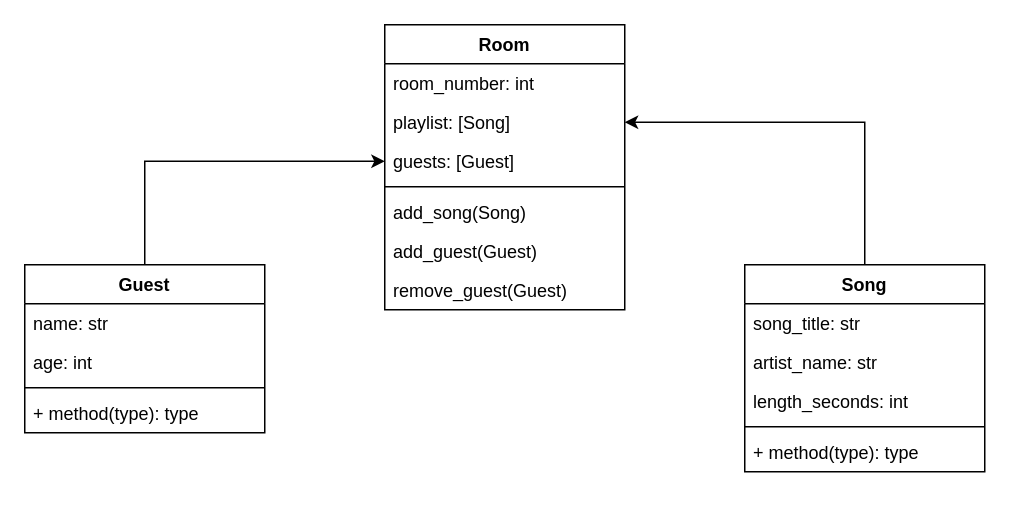
Stanhoucke/Karaoke_hw keeps this draw.io diagram as diagram.drawio. Above is the earlier version. Source tidied: cells renumbered, new cells numbered last; positions are measured from the earlier drawing's top-left corner, leaving out a move shared by most shapes. Both pictures are drawn from the tidied source at 150%, with x=0, y=0 at pixel (24, 24).
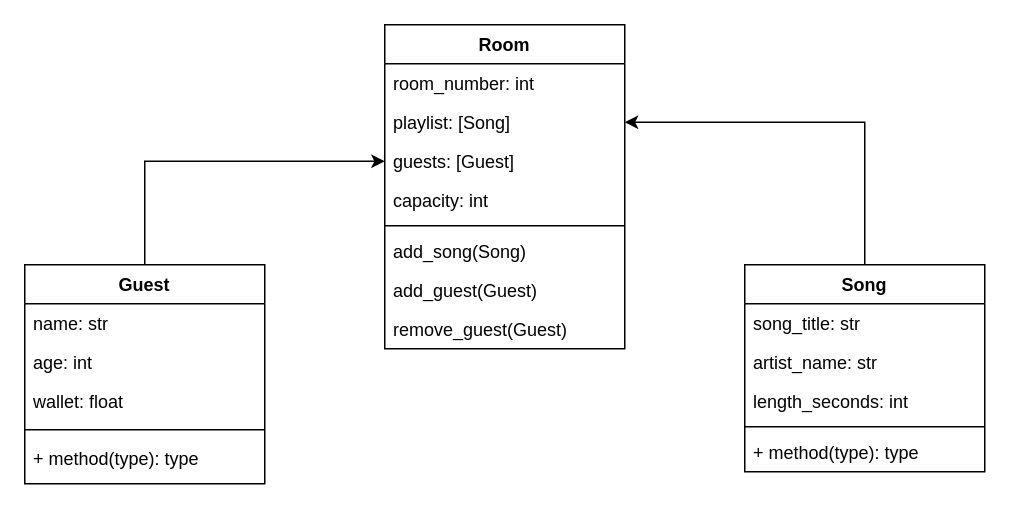
After the change.

Commit message:
added attributes to classes diagram

The edit, as a diff of the source:
```diff
@@
     <mxCell id="2" value="Room" style="swimlane;fontStyle=1;align=center;verticalAlign=top;horizontal=1;startSize=26;" parent="1" vertex="1">
-      <mxGeometry x="240" width="160" height="190" as="geometry" />
+      <mxGeometry x="240" width="160" height="216" as="geometry" />
     </mxCell>
@@
+    <mxCell id="23" value="capacity: int" style="text;strokeColor=none;fillColor=none;align=left;verticalAlign=top;spacingLeft=4;spacingRight=4;overflow=hidden;" parent="2" vertex="1">
+      <mxGeometry y="104" width="160" height="26" as="geometry" />
+    </mxCell>
     <mxCell id="6" style="line;strokeWidth=1;fillColor=none;align=left;verticalAlign=middle;spacingTop=-1;spacingLeft=3;spacingRight=3;labelPosition=right;" parent="2" vertex="1">
-      <mxGeometry y="104" width="160" height="8" as="geometry" />
+      <mxGeometry y="130" width="160" height="8" as="geometry" />
     </mxCell>
     <mxCell id="7" value="add_song(Song)" style="text;strokeColor=none;fillColor=none;align=left;verticalAlign=top;spacingLeft=4;spacingRight=4;overflow=hidden;" parent="2" vertex="1">
-      <mxGeometry y="112" width="160" height="26" as="geometry" />
+      <mxGeometry y="138" width="160" height="26" as="geometry" />
     </mxCell>
     <mxCell id="8" value="add_guest(Guest)" style="text;strokeColor=none;fillColor=none;align=left;verticalAlign=top;spacingLeft=4;spacingRight=4;overflow=hidden;" parent="2" vertex="1">
-      <mxGeometry y="138" width="160" height="26" as="geometry" />
+      <mxGeometry y="164" width="160" height="26" as="geometry" />
     </mxCell>
     <mxCell id="9" value="remove_guest(Guest)" style="text;strokeColor=none;fillColor=none;align=left;verticalAlign=top;spacingLeft=4;spacingRight=4;overflow=hidden;" parent="2" vertex="1">
-      <mxGeometry y="164" width="160" height="26" as="geometry" />
+      <mxGeometry y="190" width="160" height="26" as="geometry" />
     </mxCell>
@@
     <mxCell id="11" value="Guest" style="swimlane;fontStyle=1;align=center;verticalAlign=top;horizontal=1;startSize=26;" parent="1" vertex="1">
-      <mxGeometry y="160" width="160" height="112" as="geometry" />
+      <mxGeometry y="160" width="160" height="146" as="geometry" />
     </mxCell>
@@
+    <mxCell id="24" value="wallet: float" style="text;strokeColor=none;fillColor=none;align=left;verticalAlign=top;spacingLeft=4;spacingRight=4;overflow=hidden;" parent="11" vertex="1">
+      <mxGeometry y="78" width="160" height="26" as="geometry" />
+    </mxCell>
     <mxCell id="14" style="line;strokeWidth=1;fillColor=none;align=left;verticalAlign=middle;spacingTop=-1;spacingLeft=3;spacingRight=3;labelPosition=right;" parent="11" vertex="1">
-      <mxGeometry y="78" width="160" height="8" as="geometry" />
+      <mxGeometry y="104" width="160" height="12" as="geometry" />
     </mxCell>
     <mxCell id="15" value="+ method(type): type" style="text;strokeColor=none;fillColor=none;align=left;verticalAlign=top;spacingLeft=4;spacingRight=4;overflow=hidden;" parent="11" vertex="1">
-      <mxGeometry y="86" width="160" height="26" as="geometry" />
+      <mxGeometry y="116" width="160" height="30" as="geometry" />
     </mxCell>
```
